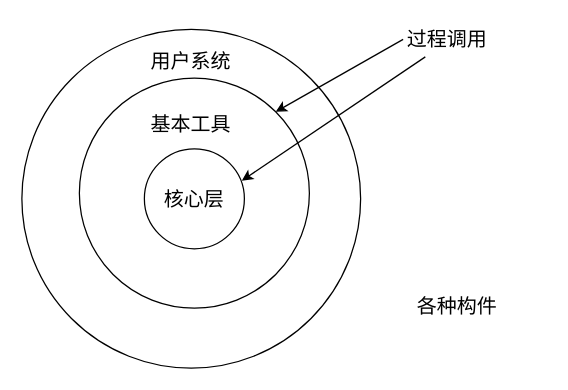
xiaodongYao/DrawIO keeps this draw.io diagram as 软考.drawio. Above is the earlier version. Source tidied: cells renumbered, new cells numbered last; positions are measured from the earlier drawing's top-left corner, leaving out a move shared by most shapes. Both pictures are drawn from the tidied source at 125%, with x=0, y=0 at pixel (21, 21).
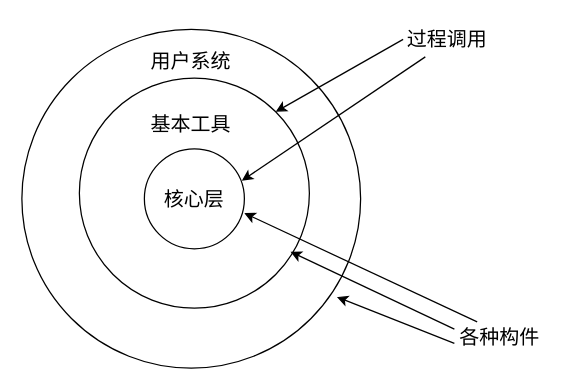
After the change.

Change to the diagram source:
```diff
@@
 <mxGraphModel>
   <root>
     <mxCell id="0" />
     <mxCell id="1" parent="0" />
     <mxCell id="2" style="ellipse;whiteSpace=wrap;html=1;" parent="1" vertex="1">
       <mxGeometry y="6" width="271" height="271" as="geometry" />
     </mxCell>
     <mxCell id="3" style="ellipse;whiteSpace=wrap;html=1;fontSize=16;" parent="1" vertex="1">
       <mxGeometry x="46" y="45" width="184" height="184" as="geometry" />
     </mxCell>
     <mxCell id="4" value="核心层" style="ellipse;whiteSpace=wrap;html=1;fontSize=16;" parent="1" vertex="1">
       <mxGeometry x="98" y="101.5" width="80" height="80" as="geometry" />
     </mxCell>
     <mxCell id="5" value="用户系统" style="text;html=1;strokeColor=none;fillColor=none;align=center;verticalAlign=middle;whiteSpace=wrap;rounded=0;fontSize=16;" parent="1" vertex="1">
       <mxGeometry x="86" y="13" width="99" height="35" as="geometry" />
     </mxCell>
     <mxCell id="6" value="基本工具" style="text;html=1;strokeColor=none;fillColor=none;align=center;verticalAlign=middle;whiteSpace=wrap;rounded=0;fontSize=16;" parent="1" vertex="1">
       <mxGeometry x="101" y="67" width="69" height="30" as="geometry" />
     </mxCell>
     <mxCell id="7" style="rounded=0;jettySize=auto;html=1;exitX=0;exitY=0.5;exitDx=0;exitDy=0;entryX=1;entryY=0;entryDx=0;entryDy=0;" parent="1" edge="1" source="9" target="3">
       <mxGeometry relative="1" as="geometry" />
     </mxCell>
     <mxCell id="8" style="rounded=0;jettySize=auto;html=1;exitX=0.25;exitY=1;exitDx=0;exitDy=0;entryX=0.975;entryY=0.319;entryDx=0;entryDy=0;entryPerimeter=0;" parent="1" edge="1" source="9" target="4">
       <mxGeometry relative="1" as="geometry" />
     </mxCell>
     <mxCell id="9" value="过程调用" style="text;html=1;strokeColor=none;fillColor=none;align=center;verticalAlign=middle;whiteSpace=wrap;rounded=0;fontSize=16;" parent="1" vertex="1">
       <mxGeometry x="305" width="71" height="28" as="geometry" />
     </mxCell>
+    <mxCell id="11" style="rounded=0;jettySize=auto;html=1;exitX=0.25;exitY=0;exitDx=0;exitDy=0;entryX=1;entryY=0.644;entryDx=0;entryDy=0;entryPerimeter=0;" parent="1" edge="1" source="10" target="4">
+      <mxGeometry relative="1" as="geometry" />
+    </mxCell>
+    <mxCell id="12" style="rounded=0;jettySize=auto;html=1;exitX=0;exitY=0.25;exitDx=0;exitDy=0;entryX=0.918;entryY=0.755;entryDx=0;entryDy=0;entryPerimeter=0;" parent="1" edge="1" source="10" target="3">
+      <mxGeometry relative="1" as="geometry" />
+    </mxCell>
+    <mxCell id="13" style="rounded=0;jettySize=auto;html=1;exitX=0;exitY=0.75;exitDx=0;exitDy=0;entryX=0.93;entryY=0.79;entryDx=0;entryDy=0;entryPerimeter=0;" parent="1" edge="1" source="10" target="2">
+      <mxGeometry relative="1" as="geometry" />
+    </mxCell>
     <mxCell id="10" value="各种构件" style="text;html=1;strokeColor=none;fillColor=none;align=center;verticalAlign=middle;whiteSpace=wrap;rounded=0;fontSize=16;" parent="1" vertex="1">
-      <mxGeometry x="312" y="215" width="73" height="23" as="geometry" />
+      <mxGeometry x="346" y="240" width="73" height="23" as="geometry" />
     </mxCell>
   </root>
 </mxGraphModel>
```
